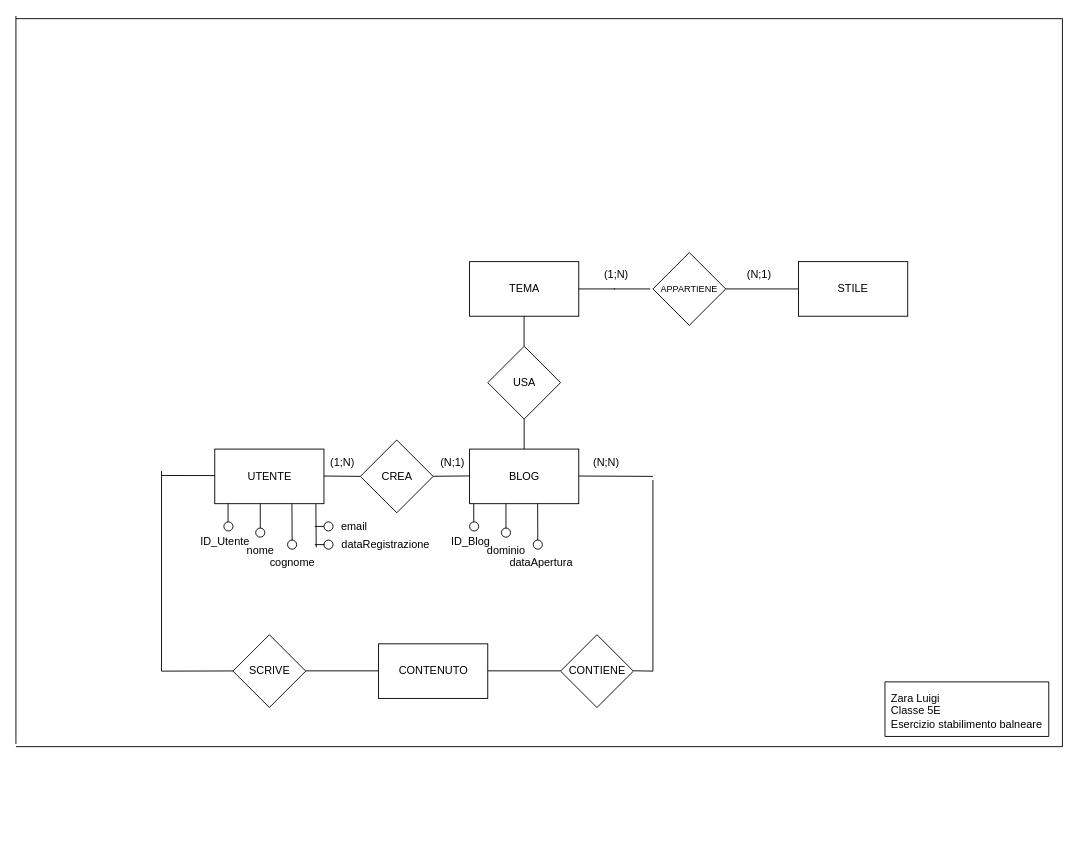
iigigii/INFORMATICA_5E keeps this draw.io diagram as Esercizio_Azienda informaticaBloggher.drawio. Above is the earlier version. Source tidied: cells renumbered, new cells numbered last; positions are measured from the earlier drawing's top-left corner, leaving out a move shared by most shapes. Both pictures are drawn from the tidied source at 91%, with x=0, y=0 at pixel (15, 15).
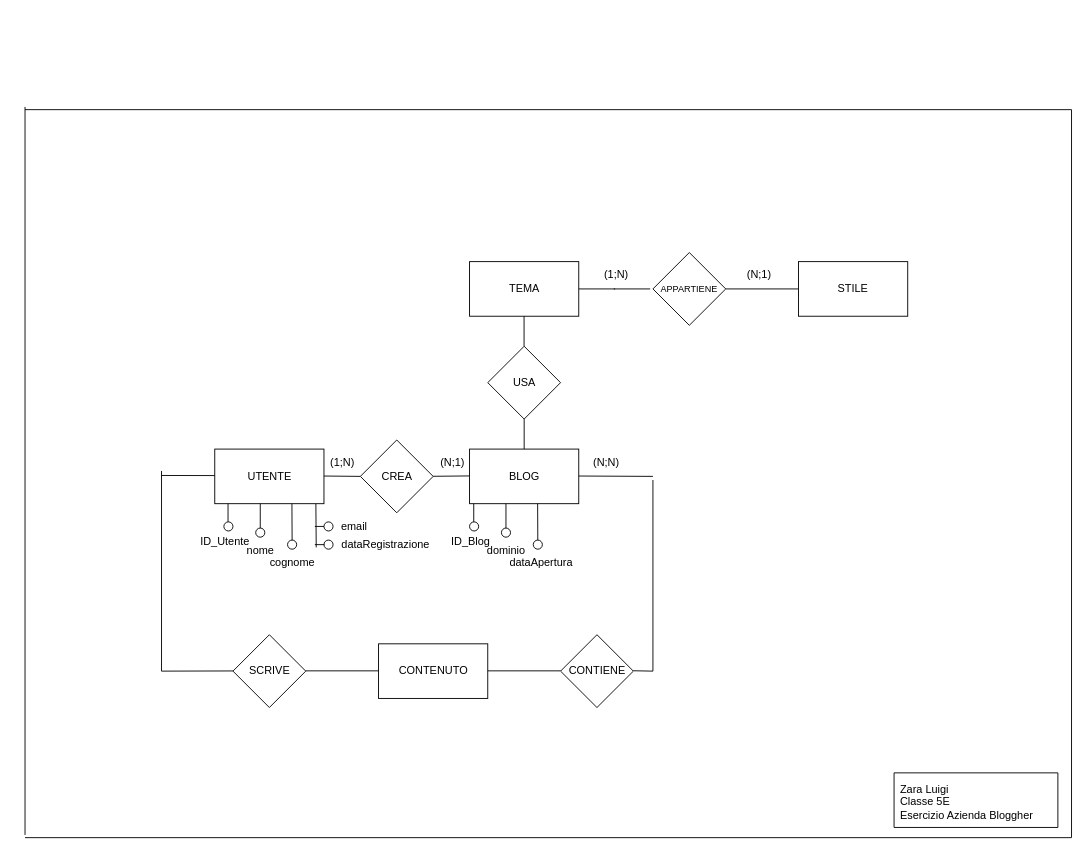
After the change.

Diff of the diagram source:
```diff
@@
-    <mxCell id="19" value="&lt;div style=&quot;text-align: justify;&quot;&gt;&lt;span style=&quot;background-color: transparent; color: light-dark(rgb(0, 0, 0), rgb(255, 255, 255));&quot;&gt;Zara Luigi&lt;/span&gt;&lt;/div&gt;&lt;div&gt;&lt;div style=&quot;text-align: justify;&quot;&gt;&lt;span style=&quot;background-color: transparent; color: light-dark(rgb(0, 0, 0), rgb(255, 255, 255));&quot;&gt;Classe 5E&lt;/span&gt;&lt;/div&gt;&lt;div&gt;Esercizio stabilimento balneare&lt;/div&gt;&lt;/div&gt;" style="text;html=1;whiteSpace=wrap;align=center;verticalAlign=middle;rounded=0;" parent="1" vertex="1">
-      <mxGeometry x="940" y="748.8" width="210" height="30" as="geometry" />
+    <mxCell id="19" value="&lt;div style=&quot;text-align: justify;&quot;&gt;&lt;span style=&quot;background-color: transparent; color: light-dark(rgb(0, 0, 0), rgb(255, 255, 255));&quot;&gt;Zara Luigi&lt;/span&gt;&lt;/div&gt;&lt;div&gt;&lt;div style=&quot;text-align: justify;&quot;&gt;&lt;span style=&quot;background-color: transparent; color: light-dark(rgb(0, 0, 0), rgb(255, 255, 255));&quot;&gt;Classe 5E&lt;/span&gt;&lt;/div&gt;&lt;div&gt;Esercizio Azienda Bloggher&lt;/div&gt;&lt;/div&gt;" style="text;html=1;whiteSpace=wrap;align=center;verticalAlign=middle;rounded=0;" parent="1" vertex="1">
+      <mxGeometry x="940" y="848.8" width="210" height="30" as="geometry" />
     </mxCell>
     <mxCell id="20" style="endArrow=none;html=1;rounded=0;" parent="1" edge="1">
       <mxGeometry relative="1" as="geometry">
-        <mxPoint x="1150" y="803" as="sourcePoint" />
-        <mxPoint x="1150" y="3" as="targetPoint" />
+        <mxPoint x="1160" y="903" as="sourcePoint" />
+        <mxPoint x="1160" y="103" as="targetPoint" />
       </mxGeometry>
     </mxCell>
     <mxCell id="21" style="endArrow=none;html=1;rounded=0;" parent="1" edge="1">
       <mxGeometry relative="1" as="geometry">
-        <mxPoint y="800" as="sourcePoint" />
-        <mxPoint as="targetPoint" />
+        <mxPoint x="10" y="900" as="sourcePoint" />
+        <mxPoint x="10" y="100" as="targetPoint" />
       </mxGeometry>
     </mxCell>
     <mxCell id="22" style="endArrow=none;html=1;rounded=0;" parent="1" edge="1">
       <mxGeometry relative="1" as="geometry">
-        <mxPoint y="803" as="sourcePoint" />
-        <mxPoint x="1150" y="803" as="targetPoint" />
+        <mxPoint x="10" y="903" as="sourcePoint" />
+        <mxPoint x="1160" y="903" as="targetPoint" />
       </mxGeometry>
     </mxCell>
     <mxCell id="23" style="endArrow=none;html=1;rounded=0;" parent="1" edge="1">
       <mxGeometry relative="1" as="geometry">
-        <mxPoint y="3" as="sourcePoint" />
-        <mxPoint x="1150" y="3" as="targetPoint" />
+        <mxPoint x="10" y="103" as="sourcePoint" />
+        <mxPoint x="1160" y="103" as="targetPoint" />
       </mxGeometry>
     </mxCell>
     <mxCell id="24" style="endArrow=none;html=1;rounded=0;" parent="1" edge="1">
       <mxGeometry relative="1" as="geometry">
-        <mxPoint x="955" y="791.8" as="sourcePoint" />
-        <mxPoint x="955" y="731.8" as="targetPoint" />
+        <mxPoint x="965" y="891.8" as="sourcePoint" />
+        <mxPoint x="965" y="831.8" as="targetPoint" />
       </mxGeometry>
     </mxCell>
     <mxCell id="25" style="endArrow=none;html=1;rounded=0;" parent="1" edge="1">
       <mxGeometry relative="1" as="geometry">
-        <mxPoint x="955" y="731.8" as="sourcePoint" />
-        <mxPoint x="1135" y="731.8" as="targetPoint" />
+        <mxPoint x="965" y="831.8" as="sourcePoint" />
+        <mxPoint x="1145" y="831.8" as="targetPoint" />
       </mxGeometry>
     </mxCell>
     <mxCell id="26" style="endArrow=none;html=1;rounded=0;" parent="1" edge="1">
       <mxGeometry relative="1" as="geometry">
-        <mxPoint x="955" y="791.8" as="sourcePoint" />
-        <mxPoint x="1135" y="791.8" as="targetPoint" />
+        <mxPoint x="965" y="891.8" as="sourcePoint" />
+        <mxPoint x="1145" y="891.8" as="targetPoint" />
       </mxGeometry>
     </mxCell>
     <mxCell id="27" style="endArrow=none;html=1;rounded=0;" parent="1" edge="1">
       <mxGeometry relative="1" as="geometry">
-        <mxPoint x="1135" y="791.8" as="sourcePoint" />
-        <mxPoint x="1135" y="731.8" as="targetPoint" />
+        <mxPoint x="1145" y="891.8" as="sourcePoint" />
+        <mxPoint x="1145" y="831.8" as="targetPoint" />
       </mxGeometry>
     </mxCell>
```
